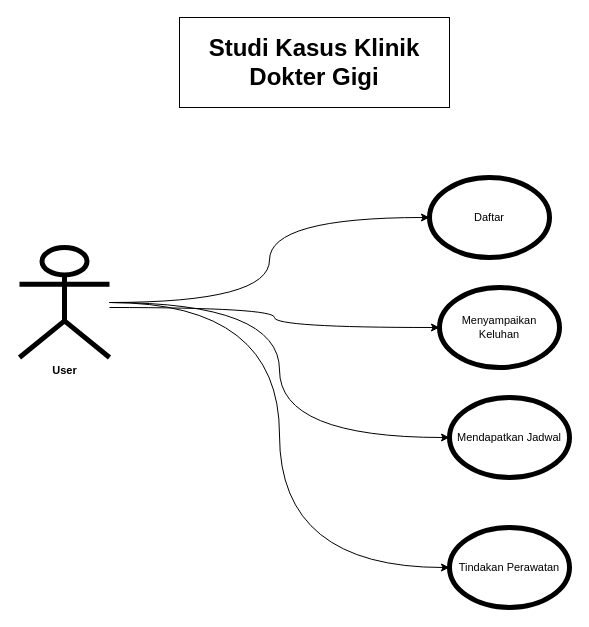
This is page "Halaman-2" (2 of 4) of Project Basis Data Lanjut.drawio from lukmanprasetyo/Business-Model-Canvas-BMC-, a draw.io file, before an edit. Source tidied: cells renumbered, new cells numbered last; positions are measured from the earlier drawing's top-left corner, leaving out a move shared by most shapes. Both pictures are drawn from the tidied source at 100%, with x=0, y=0 at pixel (19, 17).
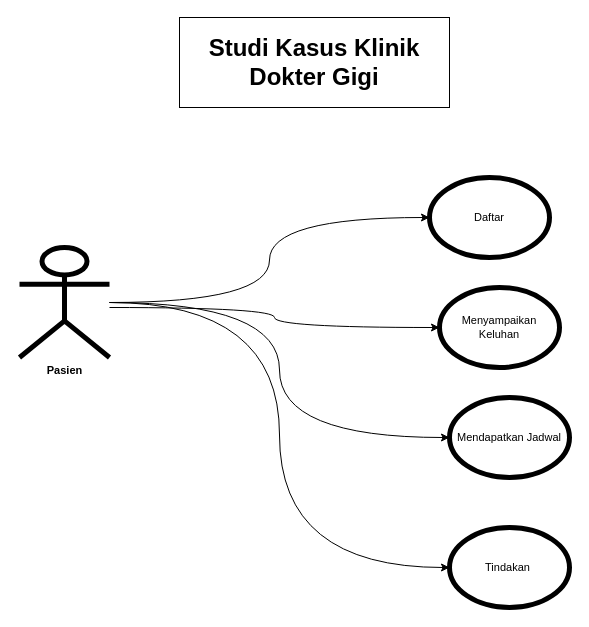
After the change.

Diff of the diagram source:
```diff
@@
 <mxGraphModel>
   <root>
     <mxCell id="0" />
     <mxCell id="1" parent="0" />
     <mxCell id="2" value="&lt;b style=&quot;font-size: 12px;&quot;&gt;&lt;font style=&quot;font-size: 24px;&quot;&gt;Studi Kasus Klinik Dokter Gigi&lt;/font&gt;&lt;/b&gt;" style="rounded=0;whiteSpace=wrap;html=1;fontSize=10;" parent="1" vertex="1">
       <mxGeometry x="160" width="270" height="90" as="geometry" />
     </mxCell>
     <mxCell id="3" style="edgeStyle=orthogonalEdgeStyle;rounded=0;jettySize=auto;html=1;fontSize=11;elbow=vertical;curved=1;" parent="1" edge="1" source="7" target="8">
       <mxGeometry relative="1" as="geometry" />
     </mxCell>
     <mxCell id="4" style="edgeStyle=orthogonalEdgeStyle;curved=1;rounded=0;jettySize=auto;html=1;entryX=0;entryY=0.5;entryDx=0;entryDy=0;fontSize=11;elbow=vertical;" parent="1" edge="1" source="7" target="10">
       <mxGeometry relative="1" as="geometry">
         <Array as="points">
           <mxPoint x="255" y="290" />
           <mxPoint x="255" y="310" />
         </Array>
       </mxGeometry>
     </mxCell>
     <mxCell id="5" style="edgeStyle=orthogonalEdgeStyle;curved=1;rounded=0;jettySize=auto;html=1;entryX=0;entryY=0.5;entryDx=0;entryDy=0;fontSize=11;elbow=vertical;" parent="1" edge="1" source="7" target="9">
       <mxGeometry relative="1" as="geometry" />
     </mxCell>
     <mxCell id="6" style="edgeStyle=orthogonalEdgeStyle;curved=1;rounded=0;jettySize=auto;html=1;entryX=0;entryY=0.5;entryDx=0;entryDy=0;fontSize=11;elbow=vertical;" parent="1" edge="1" source="7" target="11">
       <mxGeometry relative="1" as="geometry" />
     </mxCell>
-    <mxCell id="7" value="&lt;b&gt;&lt;font style=&quot;font-size: 11px;&quot;&gt;User&lt;/font&gt;&lt;/b&gt;" style="shape=umlActor;verticalLabelPosition=bottom;verticalAlign=top;html=1;outlineConnect=0;fontSize=10;strokeWidth=5;" parent="1" vertex="1">
+    <mxCell id="7" value="&lt;b&gt;&lt;font style=&quot;font-size: 11px;&quot;&gt;Pasien&lt;/font&gt;&lt;/b&gt;" style="shape=umlActor;verticalLabelPosition=bottom;verticalAlign=top;html=1;outlineConnect=0;fontSize=10;strokeWidth=5;" parent="1" vertex="1">
       <mxGeometry y="230" width="90" height="110" as="geometry" />
     </mxCell>
     <mxCell id="8" value="Daftar" style="ellipse;whiteSpace=wrap;html=1;strokeWidth=5;fontSize=11;" parent="1" vertex="1">
       <mxGeometry x="410" y="160" width="120" height="80" as="geometry" />
     </mxCell>
     <mxCell id="9" value="Mendapatkan Jadwal" style="ellipse;whiteSpace=wrap;html=1;strokeWidth=5;fontSize=11;" parent="1" vertex="1">
       <mxGeometry x="430" y="380" width="120" height="80" as="geometry" />
     </mxCell>
     <mxCell id="10" value="Menyampaikan Keluhan" style="ellipse;whiteSpace=wrap;html=1;strokeWidth=5;fontSize=11;" parent="1" vertex="1">
       <mxGeometry x="420" y="270" width="120" height="80" as="geometry" />
     </mxCell>
-    <mxCell id="11" value="Tindakan Perawatan" style="ellipse;whiteSpace=wrap;html=1;strokeWidth=5;fontSize=11;" parent="1" vertex="1">
+    <mxCell id="11" value="Tindakan&amp;nbsp;" style="ellipse;whiteSpace=wrap;html=1;strokeWidth=5;fontSize=11;" parent="1" vertex="1">
       <mxGeometry x="430" y="510" width="120" height="80" as="geometry" />
     </mxCell>
   </root>
 </mxGraphModel>
```
